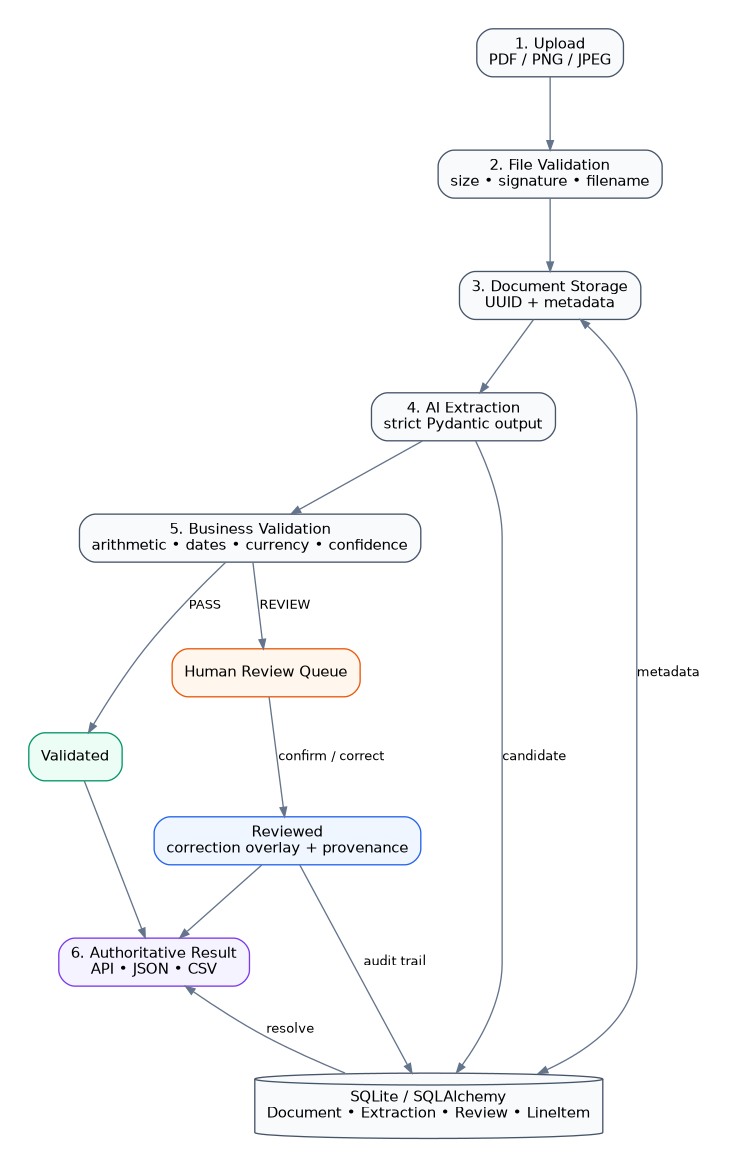
Above: docs/architecture.png in mawellsy/ai-document-review (Graphviz), before the change. Its source is kept beside it as docs/architecture.dot.
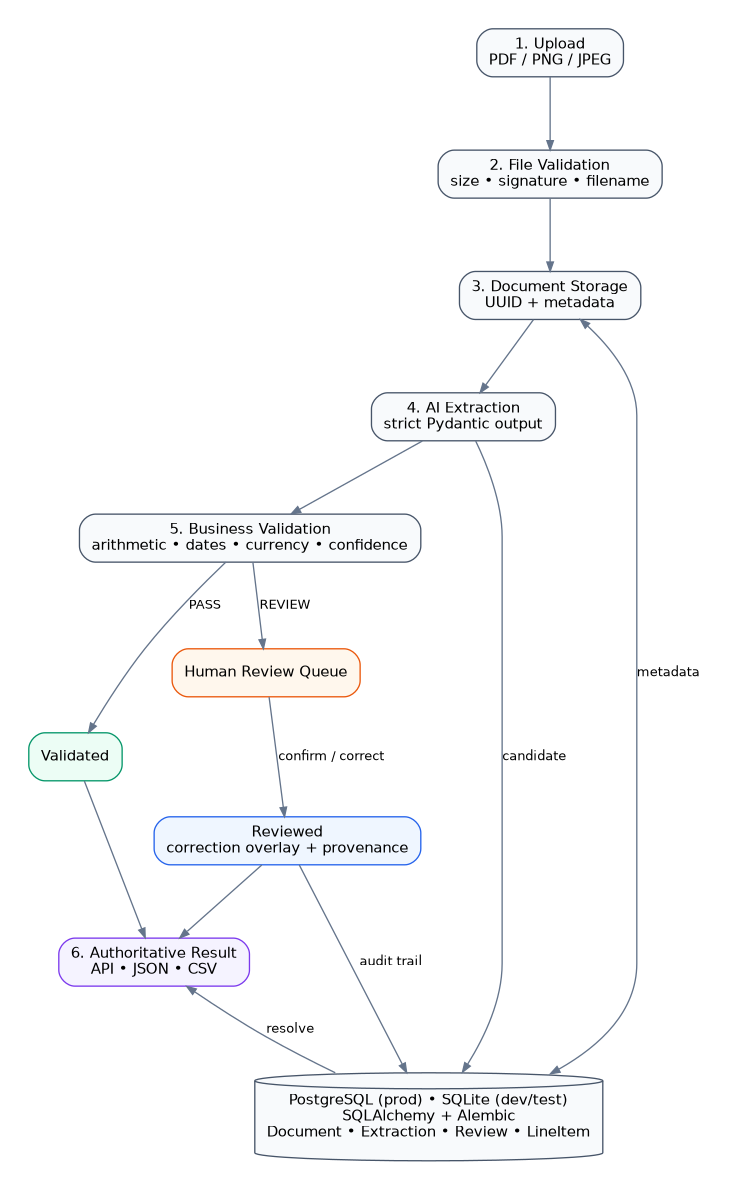
The same file after the commit.

What changed in the source:
```diff
@@ -12,7 +12,7 @@
   review [label="Human Review Queue", fillcolor="#FFF7ED", color="#EA580C"];
   corrected [label="Reviewed\ncorrection overlay + provenance", fillcolor="#EFF6FF", color="#2563EB"];
   result [label="6. Authoritative Result\nAPI • JSON • CSV", fillcolor="#F5F3FF", color="#7C3AED"];
-  db [shape=cylinder, label="SQLite / SQLAlchemy\nDocument • Extraction • Review • LineItem", fillcolor="#F8FAFC"];
+  db [shape=cylinder, label="PostgreSQL (prod) • SQLite (dev/test)\nSQLAlchemy + Alembic\nDocument • Extraction • Review • LineItem", fillcolor="#F8FAFC"];
 
   upload -> validate -> store -> ai -> rules;
   store -> db [dir=both, label="metadata"];
```
